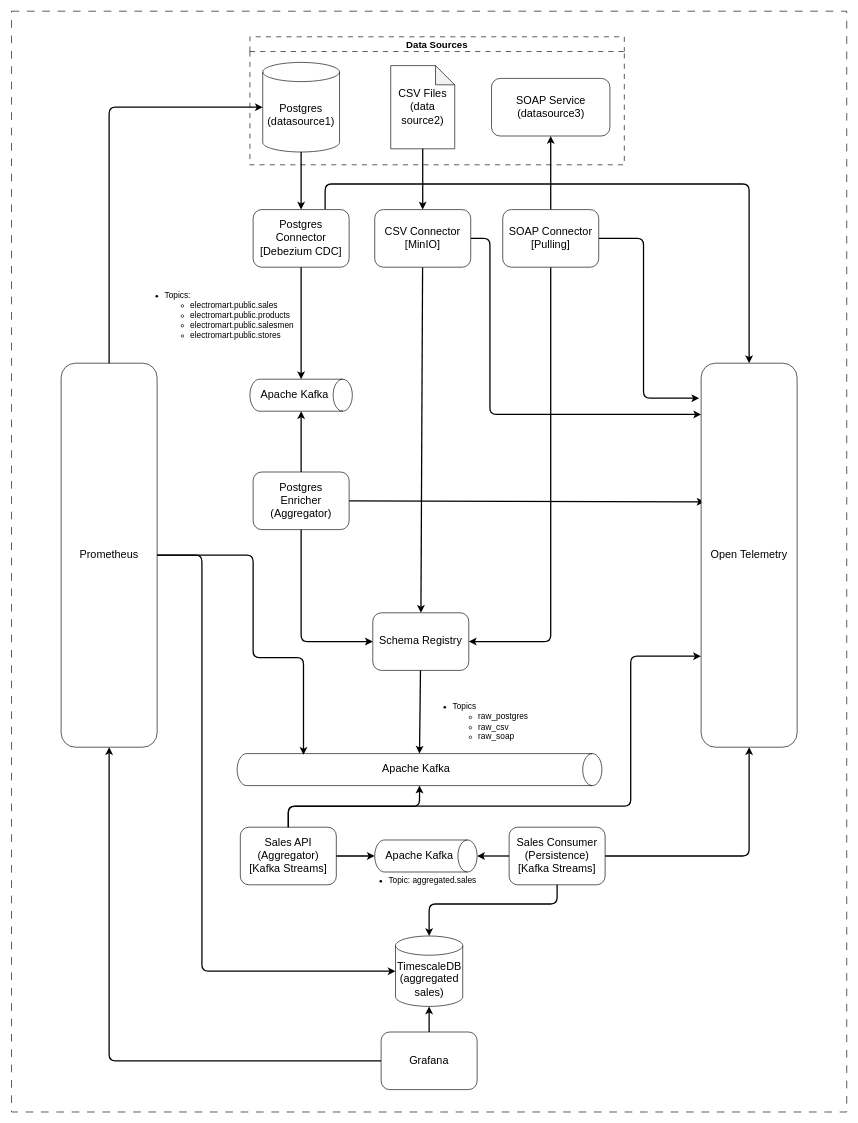
The draw.io diagram data/salesman-kata-v2/diagrams/solutions.drawio in codegik/team-red, before the edit. Source tidied: cells renumbered, new cells numbered last; positions are measured from the earlier drawing's top-left corner, leaving out a move shared by most shapes. Both pictures are drawn from the tidied source at 64%, with x=0, y=0 at pixel (11, 11).
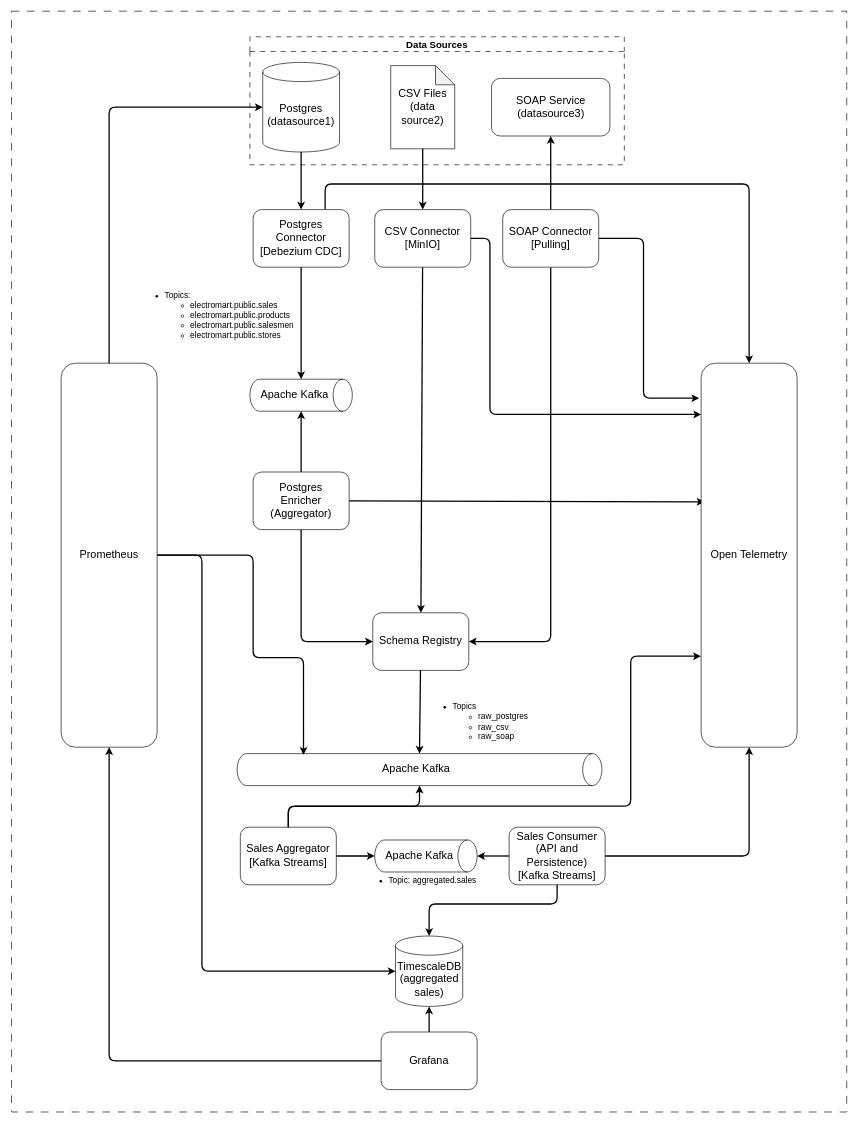
After the change.

Change to the diagram source:
```diff
@@
-    <mxCell id="28" value="&lt;span style=&quot;font-size: 17px;&quot;&gt;Sales API&lt;/span&gt;&lt;div&gt;&lt;span style=&quot;font-size: 17px;&quot;&gt;(Aggregator)&lt;/span&gt;&lt;/div&gt;&lt;div&gt;&lt;span style=&quot;font-size: 17px;&quot;&gt;[Kafka Streams]&lt;/span&gt;&lt;/div&gt;" style="rounded=1;whiteSpace=wrap;html=1;" parent="1" vertex="1">
+    <mxCell id="28" value="&lt;span style=&quot;font-size: 17px;&quot;&gt;Sales Aggregator&lt;/span&gt;&lt;div&gt;&lt;span style=&quot;font-size: 17px;&quot;&gt;[Kafka Streams]&lt;/span&gt;&lt;/div&gt;" style="rounded=1;whiteSpace=wrap;html=1;" parent="1" vertex="1">
       <mxGeometry x="358" y="1275" width="150" height="90" as="geometry" />
     </mxCell>
@@
-    <mxCell id="40" value="&lt;span style=&quot;font-size: 17px;&quot;&gt;Sales Consumer&lt;/span&gt;&lt;div&gt;&lt;span style=&quot;font-size: 17px;&quot;&gt;(Persistence)&lt;/span&gt;&lt;/div&gt;&lt;div&gt;&lt;span style=&quot;font-size: 17px;&quot;&gt;[Kafka Streams]&lt;/span&gt;&lt;/div&gt;" style="rounded=1;whiteSpace=wrap;html=1;" parent="1" vertex="1">
+    <mxCell id="40" value="&lt;span style=&quot;font-size: 17px;&quot;&gt;Sales Consumer&lt;/span&gt;&lt;div&gt;&lt;span style=&quot;font-size: 17px;&quot;&gt;(API and Persistence)&lt;/span&gt;&lt;/div&gt;&lt;div&gt;&lt;span style=&quot;font-size: 17px;&quot;&gt;[Kafka Streams]&lt;/span&gt;&lt;/div&gt;" style="rounded=1;whiteSpace=wrap;html=1;" parent="1" vertex="1">
       <mxGeometry x="778" y="1275" width="150" height="90" as="geometry" />
     </mxCell>
```
